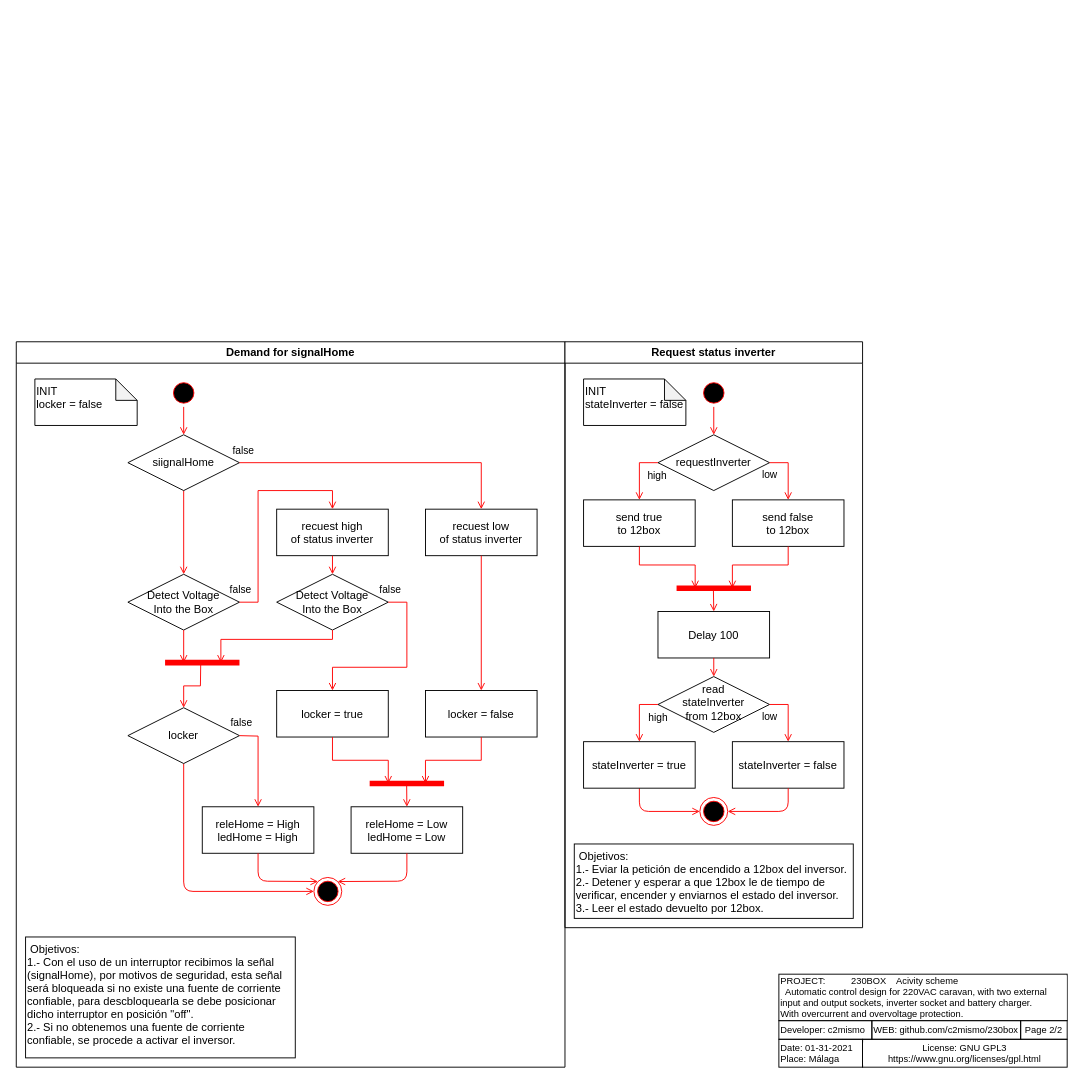
This is page "Página-3" (3 of 3) of documents/ActivityScheme/ActivityScheme.drawio from bambera/230box, a draw.io file, before an edit. Source tidied: cells renumbered, new cells numbered last; positions are measured from the earlier drawing's top-left corner, leaving out a move shared by most shapes. Both pictures are drawn from the tidied source at 93%, with x=0, y=0 at pixel (16, 341).
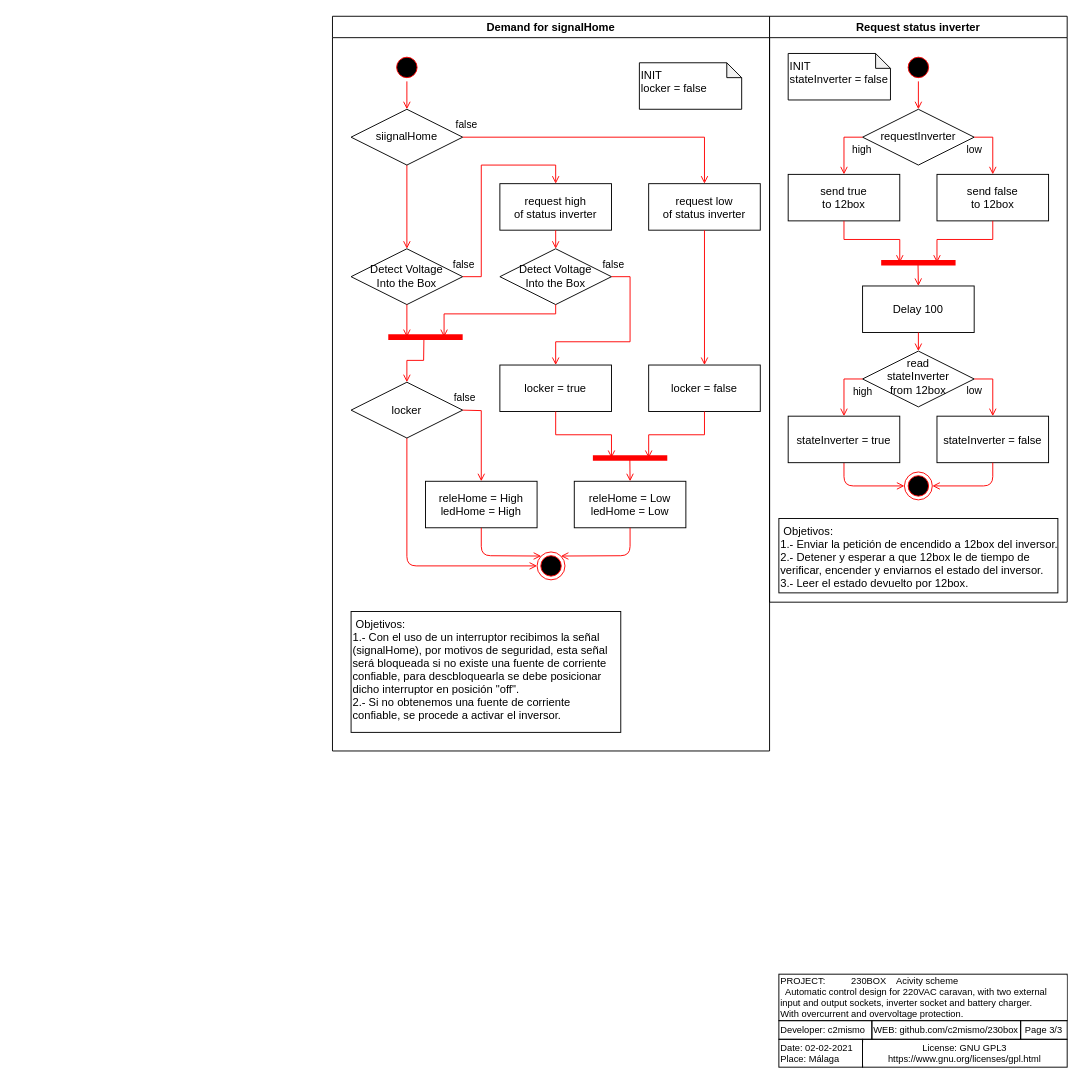
After the change.

Commit message (it also covers changes not shown here):
Add INIT main to Activity

What changed in the source:
```diff
@@
     <mxCell id="2" value="Demand for signalHome" style="swimlane;whiteSpace=wrap;fontColor=#000000;strokeColor=#000000;fillColor=#FFFFFF;" parent="1" vertex="1">
-      <mxGeometry width="590" height="780" as="geometry" />
+      <mxGeometry x="340" y="-350" width="470" height="790" as="geometry" />
     </mxCell>
     <mxCell id="3" style="ellipse;shape=startState;fillColor=#000000;strokeColor=#ff0000;" parent="2" vertex="1">
-      <mxGeometry x="165" y="40" width="30" height="30" as="geometry" />
+      <mxGeometry x="65" y="40" width="30" height="30" as="geometry" />
     </mxCell>
@@
     <mxCell id="5" style="endArrow=open;strokeColor=#FF0000;endFill=1;rounded=1;entryX=0;entryY=0.5;entryDx=0;entryDy=0;exitX=0.5;exitY=1;exitDx=0;exitDy=0;" parent="2" edge="1" source="14" target="6">
       <mxGeometry relative="1" as="geometry">
         <Array as="points">
-          <mxPoint x="180" y="591" />
+          <mxPoint x="80" y="591" />
         </Array>
       </mxGeometry>
     </mxCell>
     <mxCell id="6" style="ellipse;shape=endState;fillColor=#000000;strokeColor=#ff0000;" parent="2" vertex="1">
-      <mxGeometry x="320" y="576" width="30" height="30" as="geometry" />
+      <mxGeometry x="220" y="576" width="30" height="30" as="geometry" />
     </mxCell>
-    <mxCell id="7" value="recuest high&#10;of status inverter" style="strokeColor=#000000;fillColor=#FFFFFF;fontColor=#000000;" parent="2" vertex="1">
-      <mxGeometry x="280" y="180" width="120" height="50" as="geometry" />
+    <mxCell id="7" value="request high&#10;of status inverter" style="strokeColor=#000000;fillColor=#FFFFFF;fontColor=#000000;" parent="2" vertex="1">
+      <mxGeometry x="180" y="180" width="120" height="50" as="geometry" />
     </mxCell>
     <mxCell id="8" value="siignalHome" style="rhombus;whiteSpace=wrap;html=1;strokeColor=#000000;fillColor=#FFFFFF;fontColor=#000000;" parent="2" vertex="1">
-      <mxGeometry x="120" y="100" width="120" height="60" as="geometry" />
+      <mxGeometry x="20" y="100" width="120" height="60" as="geometry" />
     </mxCell>
     <mxCell id="9" style="shape=line;html=1;strokeWidth=6;strokeColor=#ff0000;fillColor=#FFFFFF;fontColor=#000000;" parent="2" vertex="1">
-      <mxGeometry x="160" y="340" width="80" height="10" as="geometry" />
+      <mxGeometry x="60" y="340" width="80" height="10" as="geometry" />
     </mxCell>
     <mxCell id="10" value="Detect Voltage&lt;br&gt;Into the Box" style="rhombus;whiteSpace=wrap;html=1;strokeColor=#000000;fillColor=#FFFFFF;fontColor=#000000;" parent="2" vertex="1">
-      <mxGeometry x="120" y="250" width="120" height="60" as="geometry" />
+      <mxGeometry x="20" y="250" width="120" height="60" as="geometry" />
     </mxCell>
     <mxCell id="11" value="Detect Voltage&lt;br&gt;Into the Box" style="rhombus;whiteSpace=wrap;html=1;strokeColor=#000000;fillColor=#FFFFFF;fontColor=#000000;" parent="2" vertex="1">
-      <mxGeometry x="280" y="250" width="120" height="60" as="geometry" />
+      <mxGeometry x="180" y="250" width="120" height="60" as="geometry" />
     </mxCell>
-    <mxCell id="12" value="recuest low&#10;of status inverter" style="strokeColor=#000000;fillColor=#FFFFFF;fontColor=#000000;" parent="2" vertex="1">
-      <mxGeometry x="440" y="180" width="120" height="50" as="geometry" />
+    <mxCell id="12" value="request low&#10;of status inverter" style="strokeColor=#000000;fillColor=#FFFFFF;fontColor=#000000;" parent="2" vertex="1">
+      <mxGeometry x="340" y="180" width="120" height="50" as="geometry" />
     </mxCell>
     <mxCell id="13" value="locker = true" style="strokeColor=#000000;fillColor=#FFFFFF;fontColor=#000000;" parent="2" vertex="1">
-      <mxGeometry x="280" y="375" width="120" height="50" as="geometry" />
+      <mxGeometry x="180" y="375" width="120" height="50" as="geometry" />
     </mxCell>
     <mxCell id="14" value="locker" style="rhombus;whiteSpace=wrap;html=1;strokeColor=#000000;fillColor=#FFFFFF;fontColor=#000000;" parent="2" vertex="1">
-      <mxGeometry x="120" y="393.5" width="120" height="60" as="geometry" />
+      <mxGeometry x="20" y="393.5" width="120" height="60" as="geometry" />
     </mxCell>
     <mxCell id="15" value="releHome = High&#10;ledHome = High" style="strokeColor=#000000;fillColor=#FFFFFF;fontColor=#000000;" parent="2" vertex="1">
-      <mxGeometry x="200" y="500" width="120" height="50" as="geometry" />
+      <mxGeometry x="100" y="500" width="120" height="50" as="geometry" />
     </mxCell>
     <mxCell id="16" value="locker = false" style="strokeColor=#000000;fillColor=#FFFFFF;fontColor=#000000;" parent="2" vertex="1">
-      <mxGeometry x="440" y="375" width="120" height="50" as="geometry" />
+      <mxGeometry x="340" y="375" width="120" height="50" as="geometry" />
     </mxCell>
     <mxCell id="17" value="releHome = Low&#10;ledHome = Low" style="strokeColor=#000000;fillColor=#FFFFFF;fontColor=#000000;" parent="2" vertex="1">
-      <mxGeometry x="360" y="500" width="120" height="50" as="geometry" />
+      <mxGeometry x="260" y="500" width="120" height="50" as="geometry" />
     </mxCell>
     <mxCell id="18" style="shape=line;html=1;strokeWidth=6;strokeColor=#ff0000;fillColor=#FFFFFF;fontColor=#000000;" parent="2" vertex="1">
-      <mxGeometry x="380" y="470" width="80" height="10" as="geometry" />
+      <mxGeometry x="280" y="470" width="80" height="10" as="geometry" />
     </mxCell>
-    <mxCell id="19" value="INIT&lt;br&gt;locker = false" style="shape=note;whiteSpace=wrap;html=1;backgroundOutline=1;darkOpacity=0.05;strokeColor=#000000;fillColor=#FFFFFF;fontColor=#000000;size=23;align=left;verticalAlign=top;" parent="2" vertex="1">
-      <mxGeometry x="20" y="40" width="110" height="50" as="geometry" />
-    </mxCell>
     <mxCell id="20" value=" Objetivos:&#10;1.- Con el uso de un interruptor recibimos la señal&#10;(signalHome), por motivos de seguridad, esta señal&#10;será bloqueada si no existe una fuente de corriente &#10;confiable, para descbloquearla se debe posicionar &#10;dicho interruptor en posición &quot;off&quot;.&#10;2.- Si no obtenemos una fuente de corriente &#10;confiable, se procede a activar el inversor." style="strokeColor=#000000;fillColor=#FFFFFF;fontColor=#000000;align=left;verticalAlign=top;" parent="2" vertex="1">
-      <mxGeometry x="10" y="640" width="290" height="130" as="geometry" />
+      <mxGeometry x="20" y="640" width="290" height="130" as="geometry" />
     </mxCell>
     <mxCell id="21" style="endArrow=open;strokeColor=#FF0000;endFill=1;rounded=0;exitX=1;exitY=0.5;exitDx=0;exitDy=0;entryX=0.5;entryY=0;entryDx=0;entryDy=0;" parent="2" edge="1" source="8" target="12">
       <mxGeometry relative="1" as="geometry">
         <Array as="points">
-          <mxPoint x="500" y="130" />
+          <mxPoint x="400" y="130" />
         </Array>
       </mxGeometry>
     </mxCell>
@@
     <mxCell id="24" style="endArrow=open;strokeColor=#FF0000;endFill=1;rounded=0;entryX=0.5;entryY=0;entryDx=0;entryDy=0;exitX=1;exitY=0.5;exitDx=0;exitDy=0;" parent="2" edge="1" source="10" target="7">
       <mxGeometry relative="1" as="geometry">
         <Array as="points">
-          <mxPoint x="260" y="280" />
-          <mxPoint x="260" y="160" />
-          <mxPoint x="340" y="160" />
+          <mxPoint x="160" y="280" />
+          <mxPoint x="160" y="160" />
+          <mxPoint x="240" y="160" />
         </Array>
       </mxGeometry>
     </mxCell>
@@
     <mxCell id="27" style="endArrow=open;strokeColor=#FF0000;endFill=1;rounded=0;exitX=0.5;exitY=1;exitDx=0;exitDy=0;entryX=0.75;entryY=0.5;entryDx=0;entryDy=0;entryPerimeter=0;" parent="2" edge="1" source="11" target="9">
       <mxGeometry relative="1" as="geometry">
         <Array as="points">
-          <mxPoint x="340" y="320" />
-          <mxPoint x="220" y="320" />
+          <mxPoint x="240" y="320" />
+          <mxPoint x="120" y="320" />
         </Array>
       </mxGeometry>
     </mxCell>
@@
     <mxCell id="30" style="endArrow=open;strokeColor=#FF0000;endFill=1;rounded=0;exitX=1;exitY=0.5;exitDx=0;exitDy=0;entryX=0.5;entryY=0;entryDx=0;entryDy=0;" parent="2" edge="1" source="11" target="13">
       <mxGeometry relative="1" as="geometry">
         <Array as="points">
-          <mxPoint x="420" y="280" />
-          <mxPoint x="420" y="350" />
-          <mxPoint x="340" y="350" />
+          <mxPoint x="320" y="280" />
+          <mxPoint x="320" y="350" />
+          <mxPoint x="240" y="350" />
         </Array>
       </mxGeometry>
     </mxCell>
@@
     <mxCell id="32" style="endArrow=open;strokeColor=#FF0000;endFill=1;rounded=0;entryX=0.5;entryY=0;entryDx=0;entryDy=0;exitX=0.479;exitY=0.667;exitDx=0;exitDy=0;exitPerimeter=0;" parent="2" edge="1" source="9" target="14">
       <mxGeometry relative="1" as="geometry">
         <Array as="points">
-          <mxPoint x="198" y="370" />
-          <mxPoint x="180" y="370" />
+          <mxPoint x="98" y="370" />
+          <mxPoint x="80" y="370" />
         </Array>
       </mxGeometry>
     </mxCell>
     <mxCell id="33" style="endArrow=open;strokeColor=#FF0000;endFill=1;rounded=0;entryX=0.5;entryY=0;entryDx=0;entryDy=0;exitX=1;exitY=0.5;exitDx=0;exitDy=0;" parent="2" edge="1" source="14" target="15">
       <mxGeometry relative="1" as="geometry">
         <Array as="points">
-          <mxPoint x="260" y="424" />
+          <mxPoint x="160" y="424" />
         </Array>
       </mxGeometry>
     </mxCell>
@@
     <mxCell id="35" style="endArrow=open;strokeColor=#FF0000;endFill=1;rounded=0;entryX=0.25;entryY=0.5;entryDx=0;entryDy=0;exitX=0.5;exitY=1;exitDx=0;exitDy=0;entryPerimeter=0;" parent="2" edge="1" source="13" target="18">
       <mxGeometry relative="1" as="geometry">
         <Array as="points">
-          <mxPoint x="340" y="450" />
-          <mxPoint x="400" y="450" />
+          <mxPoint x="240" y="450" />
+          <mxPoint x="300" y="450" />
         </Array>
       </mxGeometry>
     </mxCell>
     <mxCell id="36" style="endArrow=open;strokeColor=#FF0000;endFill=1;rounded=0;entryX=0.75;entryY=0.5;entryDx=0;entryDy=0;exitX=0.5;exitY=1;exitDx=0;exitDy=0;entryPerimeter=0;" parent="2" edge="1" source="16" target="18">
       <mxGeometry relative="1" as="geometry">
         <Array as="points">
-          <mxPoint x="500" y="450" />
-          <mxPoint x="440" y="450" />
+          <mxPoint x="400" y="450" />
+          <mxPoint x="340" y="450" />
         </Array>
       </mxGeometry>
     </mxCell>
@@
     <mxCell id="38" style="endArrow=open;strokeColor=#FF0000;endFill=1;rounded=1;entryX=0;entryY=0;entryDx=0;entryDy=0;exitX=0.5;exitY=1;exitDx=0;exitDy=0;" parent="2" edge="1" source="15" target="6">
       <mxGeometry relative="1" as="geometry">
         <Array as="points">
-          <mxPoint x="260" y="580" />
+          <mxPoint x="160" y="580" />
         </Array>
       </mxGeometry>
     </mxCell>
     <mxCell id="39" style="endArrow=open;strokeColor=#FF0000;endFill=1;rounded=1;entryX=1;entryY=0;entryDx=0;entryDy=0;exitX=0.5;exitY=1;exitDx=0;exitDy=0;" parent="2" edge="1" source="17" target="6">
       <mxGeometry relative="1" as="geometry">
         <Array as="points">
-          <mxPoint x="420" y="580" />
+          <mxPoint x="320" y="580" />
         </Array>
       </mxGeometry>
     </mxCell>
+    <mxCell id="19" value="INIT&lt;br&gt;locker = false" style="shape=note;whiteSpace=wrap;html=1;backgroundOutline=1;darkOpacity=0.05;strokeColor=#000000;fillColor=#FFFFFF;fontColor=#000000;size=16;align=left;verticalAlign=top;" parent="2" vertex="1">
+      <mxGeometry x="330" y="50" width="110" height="50" as="geometry" />
+    </mxCell>
@@
-    <mxCell id="43" value="Date: 01-31-2021&lt;br&gt;Place: Málaga" style="rounded=0;whiteSpace=wrap;html=1;labelBackgroundColor=#FFFFFF;strokeColor=#000000;fillColor=none;fontSize=10;fontColor=#000000;align=left;" parent="1" vertex="1">
+    <mxCell id="43" value="Date: 02-02-2021&lt;br&gt;Place: Málaga" style="rounded=0;whiteSpace=wrap;html=1;labelBackgroundColor=#FFFFFF;strokeColor=#000000;fillColor=none;fontSize=10;fontColor=#000000;align=left;" parent="1" vertex="1">
       <mxGeometry x="820" y="750" width="90" height="30" as="geometry" />
     </mxCell>
@@
-    <mxCell id="45" value="Page 2/2" style="rounded=0;whiteSpace=wrap;html=1;labelBackgroundColor=#FFFFFF;strokeColor=#000000;fillColor=none;fontSize=10;fontColor=#000000;align=center;" parent="1" vertex="1">
+    <mxCell id="45" value="Page 3/3" style="rounded=0;whiteSpace=wrap;html=1;labelBackgroundColor=#FFFFFF;strokeColor=#000000;fillColor=none;fontSize=10;fontColor=#000000;align=center;" parent="1" vertex="1">
       <mxGeometry x="1080" y="730" width="50" height="20" as="geometry" />
     </mxCell>
     <mxCell id="46" value="Request status inverter" style="swimlane;whiteSpace=wrap;fontColor=#000000;strokeColor=#000000;fillColor=#FFFFFF;" parent="1" vertex="1">
-      <mxGeometry x="590" width="320" height="630" as="geometry" />
+      <mxGeometry x="810" y="-350" width="320" height="630" as="geometry" />
     </mxCell>
@@
-    <mxCell id="50" value="INIT&lt;br&gt;stateInverter = false" style="shape=note;whiteSpace=wrap;html=1;backgroundOutline=1;darkOpacity=0.05;strokeColor=#000000;fillColor=#FFFFFF;fontColor=#000000;size=23;align=left;verticalAlign=top;" parent="46" vertex="1">
+    <mxCell id="50" value="INIT&lt;br&gt;stateInverter = false" style="shape=note;whiteSpace=wrap;html=1;backgroundOutline=1;darkOpacity=0.05;strokeColor=#000000;fillColor=#FFFFFF;fontColor=#000000;size=16;align=left;verticalAlign=top;" parent="46" vertex="1">
       <mxGeometry x="20" y="40" width="110" height="50" as="geometry" />
     </mxCell>
@@
-    <mxCell id="73" value=" Objetivos:&#10;1.- Eviar la petición de encendido a 12box del inversor.&#10;2.- Detener y esperar a que 12box le de tiempo de&#10;verificar, encender y enviarnos el estado del inversor.&#10;3.- Leer el estado devuelto por 12box." style="strokeColor=#000000;fillColor=#FFFFFF;fontColor=#000000;align=left;verticalAlign=top;" parent="46" vertex="1">
+    <mxCell id="73" value=" Objetivos:&#10;1.- Enviar la petición de encendido a 12box del inversor.&#10;2.- Detener y esperar a que 12box le de tiempo de&#10;verificar, encender y enviarnos el estado del inversor.&#10;3.- Leer el estado devuelto por 12box." style="strokeColor=#000000;fillColor=#FFFFFF;fontColor=#000000;align=left;verticalAlign=top;" parent="46" vertex="1">
       <mxGeometry x="10" y="540" width="300" height="80" as="geometry" />
     </mxCell>
```
